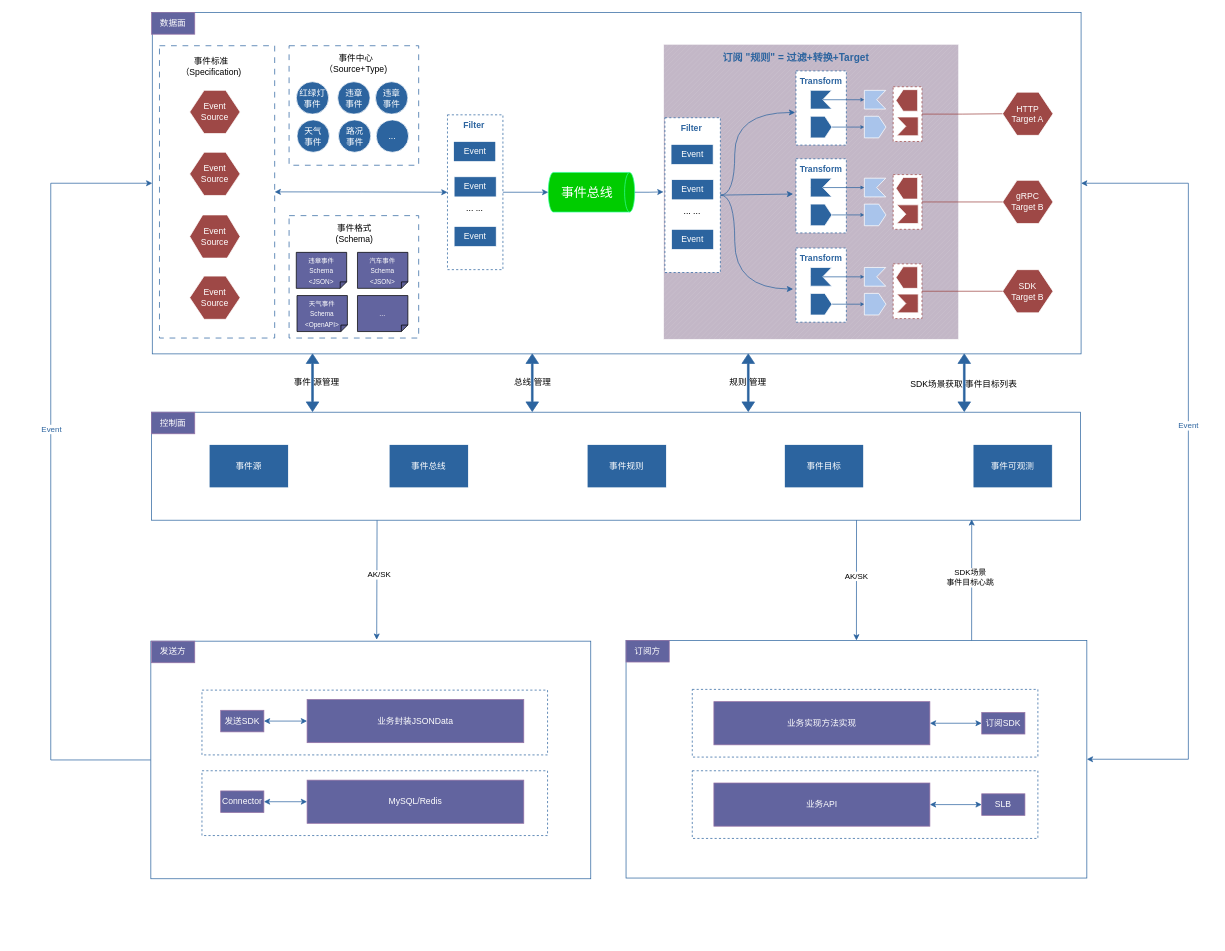
Above: 事件中心SDK.drawio in qiangyin/zipkin-server (draw.io), before the change. Source tidied: cells renumbered, new cells numbered last; positions are measured from the earlier drawing's top-left corner, leaving out a move shared by most shapes. Both pictures are drawn from the tidied source at 72%, with x=0, y=0 at pixel (50, 12).
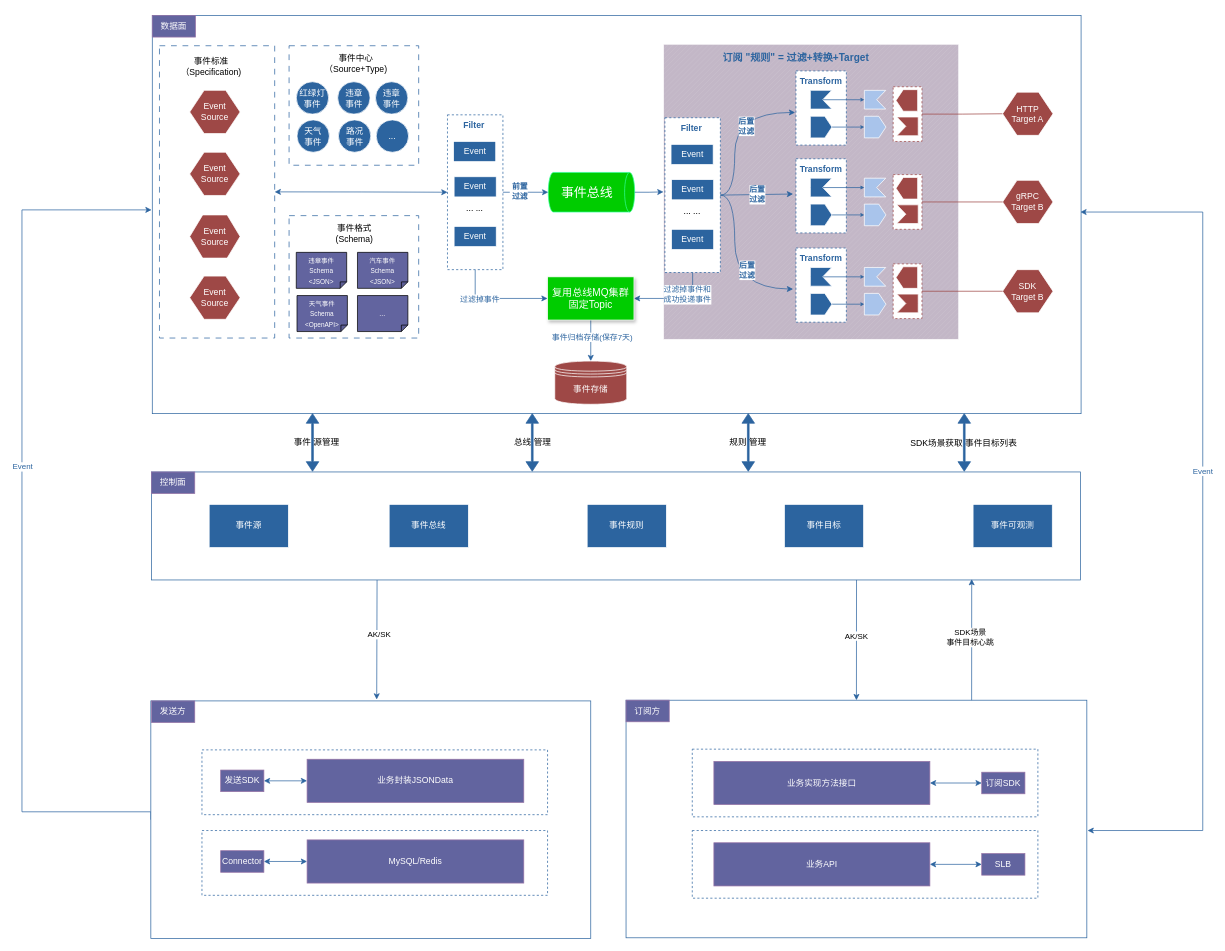
Above is the later version.

Commit message:
更新事件中心SDK.drawio

The change refers to these unchanged cells:
```xml
<mxCell id="29" style="rounded=0;whiteSpace=wrap;html=1;dashed=1;strokeColor=#2C649F;" parent="1" vertex="1">
  <mxGeometry x="551" y="142" width="77" height="215" as="geometry" />
</mxCell>
<mxCell id="36" style="edgeStyle=orthogonalEdgeStyle;rounded=0;jettySize=auto;html=1;exitX=1;exitY=0.5;exitDx=0;exitDy=0;entryX=0.5;entryY=1;entryDx=0;entryDy=0;entryPerimeter=0;strokeColor=#2C649F;" parent="1" edge="1" source="29" target="13">
  <mxGeometry relative="1" as="geometry" />
</mxCell>
<mxCell id="37" style="rounded=0;whiteSpace=wrap;html=1;dashed=1;strokeColor=#2C649F;" parent="1" vertex="1">
  <mxGeometry x="853" y="146" width="77" height="215" as="geometry" />
</mxCell>
<mxCell id="89" style="edgeStyle=orthogonalEdgeStyle;rounded=0;jettySize=auto;html=1;exitX=1;exitY=0.5;exitDx=0;exitDy=0;entryX=0.446;entryY=0.231;entryDx=0;entryDy=0;entryPerimeter=0;curved=1;strokeColor=#2C649F;" parent="1" edge="1" source="37" target="7">
  <mxGeometry relative="1" as="geometry">
    <Array as="points">
      <mxPoint x="950" y="253" />
      <mxPoint x="950" y="139" />
    </Array>
  </mxGeometry>
</mxCell>
<mxCell id="90" style="edgeStyle=orthogonalEdgeStyle;rounded=0;jettySize=auto;html=1;exitX=1;exitY=0.5;exitDx=0;exitDy=0;curved=1;strokeColor=#2C649F;" parent="1" edge="1" source="37">
  <mxGeometry relative="1" as="geometry">
    <mxPoint x="1031" y="384" as="targetPoint" />
    <Array as="points">
      <mxPoint x="950" y="253" />
      <mxPoint x="950" y="383" />
      <mxPoint x="1031" y="383" />
    </Array>
  </mxGeometry>
</mxCell>
```

The edit, as a diff of the source:
```diff
@@
     <mxCell id="2" style="rounded=0;whiteSpace=wrap;html=1;strokeColor=#2C649F;" parent="1" vertex="1">
-      <mxGeometry x="799" y="872" width="640" height="330" as="geometry" />
+      <mxGeometry x="799" y="955" width="640" height="330" as="geometry" />
     </mxCell>
     <mxCell id="3" style="rounded=0;whiteSpace=wrap;html=1;dashed=1;strokeColor=#2C649F;" parent="1" vertex="1">
-      <mxGeometry x="891" y="940" width="480" height="94" as="geometry" />
+      <mxGeometry x="891" y="1023" width="480" height="94" as="geometry" />
     </mxCell>
-    <mxCell id="4" style="edgeStyle=orthogonalEdgeStyle;rounded=0;jettySize=auto;html=1;exitX=1;exitY=0.5;exitDx=0;exitDy=0;entryX=1;entryY=0.5;entryDx=0;entryDy=0;strokeColor=#2C649F;startArrow=classic;startFill=1;" parent="1" edge="1" source="6" target="2">
+    <mxCell id="4" style="edgeStyle=orthogonalEdgeStyle;rounded=0;orthogonalLoop=1;jettySize=auto;html=1;strokeColor=#2C649F;startArrow=classic;startFill=1;exitX=0.999;exitY=0.47;exitDx=0;exitDy=0;exitPerimeter=0;" parent="1" edge="1">
       <mxGeometry relative="1" as="geometry">
+        <mxPoint x="1430" y="277" as="sourcePoint" />
+        <mxPoint x="1440" y="1136" as="targetPoint" />
         <Array as="points">
-          <mxPoint x="1580" y="237" />
-          <mxPoint x="1580" y="1037" />
+          <mxPoint x="1600" y="277" />
+          <mxPoint x="1600" y="1136" />
         </Array>
       </mxGeometry>
     </mxCell>
@@
     <mxCell id="6" style="rounded=0;whiteSpace=wrap;html=1;strokeColor=#2C649F;" parent="1" vertex="1">
-      <mxGeometry x="141" width="1290" height="474" as="geometry" />
+      <mxGeometry x="141" y="4" width="1290" height="553" as="geometry" />
     </mxCell>
@@
+    <mxCell id="130" style="edgeStyle=orthogonalEdgeStyle;rounded=0;jettySize=auto;html=1;exitX=0.5;exitY=1;exitDx=0;exitDy=0;entryX=0;entryY=0.5;entryDx=0;entryDy=0;strokeColor=#2C649F;" parent="1" edge="1" source="29" target="139">
+      <mxGeometry relative="1" as="geometry" />
+    </mxCell>
+    <mxCell id="131" value="&lt;font color=&quot;#2c649f&quot;&gt;过滤掉事件&lt;/font&gt;" style="edgeLabel;html=1;align=center;verticalAlign=middle;" parent="130" vertex="1">
+      <mxGeometry x="-0.44" y="6" relative="1" as="geometry">
+        <mxPoint y="1" as="offset" />
+      </mxGeometry>
+    </mxCell>
@@
+    <mxCell id="132" value="&lt;font color=&quot;#2c649f&quot;&gt;&lt;b&gt;&amp;nbsp;前置&lt;br&gt;&amp;nbsp;过滤&lt;/b&gt;&lt;/font&gt;" style="edgeLabel;html=1;align=center;verticalAlign=middle;" parent="36" vertex="1">
+      <mxGeometry x="-0.3" y="2" relative="1" as="geometry">
+        <mxPoint x="-1" as="offset" />
+      </mxGeometry>
+    </mxCell>
+    <mxCell id="133" style="edgeStyle=orthogonalEdgeStyle;rounded=0;jettySize=auto;html=1;exitX=0.5;exitY=1;exitDx=0;exitDy=0;entryX=1;entryY=0.5;entryDx=0;entryDy=0;strokeColor=#2C649F;" parent="1" edge="1" source="37" target="139">
+      <mxGeometry relative="1" as="geometry" />
+    </mxCell>
+    <mxCell id="134" value="&lt;font color=&quot;#2c649f&quot;&gt;过滤掉事件和&lt;br&gt;成功投递事件&lt;/font&gt;" style="edgeLabel;html=1;align=center;verticalAlign=middle;" parent="133" vertex="1">
+      <mxGeometry x="-0.2" y="-6" relative="1" as="geometry">
+        <mxPoint x="3" as="offset" />
+      </mxGeometry>
+    </mxCell>
@@
     <mxCell id="83" style="edgeStyle=none;rounded=0;orthogonalLoop=1;jettySize=auto;html=1;exitX=0.25;exitY=1;exitDx=0;exitDy=0;strokeColor=#2C649F;" parent="1" edge="1">
       <mxGeometry relative="1" as="geometry">
-        <mxPoint x="453.2" y="705" as="sourcePoint" />
-        <mxPoint x="452.7" y="871" as="targetPoint" />
+        <mxPoint x="453.2" y="788" as="sourcePoint" />
+        <mxPoint x="452.7" y="954" as="targetPoint" />
       </mxGeometry>
     </mxCell>
@@
     <mxCell id="87" style="rounded=0;whiteSpace=wrap;html=1;strokeColor=#2C649F;" parent="1" vertex="1">
-      <mxGeometry x="140" y="555" width="1290" height="150" as="geometry" />
+      <mxGeometry x="140" y="638" width="1290" height="150" as="geometry" />
     </mxCell>
@@
+    <mxCell id="135" value="&lt;font color=&quot;#2c649f&quot;&gt;&lt;b&gt;后置&lt;br&gt;过滤&lt;/b&gt;&lt;/font&gt;" style="edgeLabel;html=1;align=center;verticalAlign=middle;" parent="89" vertex="1">
+      <mxGeometry x="0.06" y="-15" relative="1" as="geometry" />
+    </mxCell>
@@
+    <mxCell id="136" value="&lt;font color=&quot;#2c649f&quot;&gt;&lt;b&gt;后置&lt;br&gt;过滤&lt;/b&gt;&lt;/font&gt;" style="edgeLabel;html=1;align=center;verticalAlign=middle;" parent="90" vertex="1">
+      <mxGeometry x="0.08" y="16" relative="1" as="geometry" />
+    </mxCell>
-    <mxCell id="91" style="edgeStyle=none;rounded=0;jettySize=auto;html=1;exitX=1;exitY=0.5;exitDx=0;exitDy=0;strokeColor=#2C649F;" parent="1" edge="1" source="37">
+    <mxCell id="91" value="&lt;font color=&quot;#2c649f&quot;&gt;&lt;b&gt;后置&lt;br&gt;过滤&lt;/b&gt;&lt;/font&gt;" style="edgeStyle=none;rounded=0;jettySize=auto;html=1;exitX=1;exitY=0.5;exitDx=0;exitDy=0;strokeColor=#2C649F;" parent="1" edge="1" source="37">
       <mxGeometry relative="1" as="geometry">
         <mxPoint x="1031" y="252" as="targetPoint" />
       </mxGeometry>
     </mxCell>
     <mxCell id="92" value="&lt;font color=&quot;#ffffff&quot;&gt;事件源&lt;/font&gt;" style="rounded=0;whiteSpace=wrap;html=1;fillColor=#2C649F;strokeColor=#FFFFFF;" parent="1" vertex="1">
-      <mxGeometry x="220" y="600" width="110" height="60" as="geometry" />
+      <mxGeometry x="220" y="683" width="110" height="60" as="geometry" />
     </mxCell>
     <mxCell id="93" value="&lt;font color=&quot;#ffffff&quot;&gt;事件总线&lt;/font&gt;" style="rounded=0;whiteSpace=wrap;html=1;fillColor=#2C649F;strokeColor=#FFFFFF;" parent="1" vertex="1">
-      <mxGeometry x="470" y="600" width="110" height="60" as="geometry" />
+      <mxGeometry x="470" y="683" width="110" height="60" as="geometry" />
     </mxCell>
     <mxCell id="94" value="&lt;font color=&quot;#ffffff&quot;&gt;事件规则&lt;/font&gt;" style="rounded=0;whiteSpace=wrap;html=1;fillColor=#2C649F;strokeColor=#FFFFFF;" parent="1" vertex="1">
-      <mxGeometry x="745" y="600" width="110" height="60" as="geometry" />
+      <mxGeometry x="745" y="683" width="110" height="60" as="geometry" />
     </mxCell>
     <mxCell id="95" value="&lt;font color=&quot;#ffffff&quot;&gt;事件目标&lt;/font&gt;" style="rounded=0;whiteSpace=wrap;html=1;fillColor=#2C649F;strokeColor=#FFFFFF;" parent="1" vertex="1">
-      <mxGeometry x="1019" y="600" width="110" height="60" as="geometry" />
+      <mxGeometry x="1019" y="683" width="110" height="60" as="geometry" />
     </mxCell>
     <mxCell id="96" style="edgeStyle=none;rounded=0;orthogonalLoop=1;jettySize=auto;html=1;exitX=1;exitY=0.5;exitDx=0;exitDy=0;" parent="1" edge="1">
       <mxGeometry relative="1" as="geometry">
-        <mxPoint x="1501" y="194" as="sourcePoint" />
-        <mxPoint x="1501" y="194" as="targetPoint" />
+        <mxPoint x="1501" y="270" as="sourcePoint" />
+        <mxPoint x="1501" y="270" as="targetPoint" />
       </mxGeometry>
     </mxCell>
     <mxCell id="97" value="&lt;font color=&quot;#ffffff&quot;&gt;控制面&lt;/font&gt;" style="text;html=1;align=center;verticalAlign=middle;whiteSpace=wrap;rounded=0;fillColor=#62649F;strokeColor=#9673a6;" parent="1" vertex="1">
-      <mxGeometry x="140" y="555" width="60" height="30" as="geometry" />
+      <mxGeometry x="140" y="638" width="60" height="30" as="geometry" />
     </mxCell>
     <mxCell id="98" value="&lt;font color=&quot;#ffffff&quot;&gt;事件可观测&lt;/font&gt;" style="rounded=0;whiteSpace=wrap;html=1;fillColor=#2C649F;strokeColor=#FFFFFF;" parent="1" vertex="1">
-      <mxGeometry x="1281" y="600" width="110" height="60" as="geometry" />
+      <mxGeometry x="1281" y="683" width="110" height="60" as="geometry" />
     </mxCell>
     <mxCell id="99" value="&lt;font color=&quot;#ffffff&quot;&gt;数据面&lt;/font&gt;" style="text;html=1;align=center;verticalAlign=middle;whiteSpace=wrap;rounded=0;fillColor=#62649F;strokeColor=#9673a6;" parent="1" vertex="1">
-      <mxGeometry x="140" width="60" height="30" as="geometry" />
+      <mxGeometry x="141" y="4" width="60" height="30" as="geometry" />
     </mxCell>
     <mxCell id="100" style="shape=doubleArrow;whiteSpace=wrap;html=1;direction=south;arrowWidth=0.13333333333333713;arrowSize=0.16666666666666713;strokeColor=#2C649F;fillColor=#2C649F;" parent="1" vertex="1">
-      <mxGeometry x="960" y="474" width="17.5" height="80" as="geometry" />
+      <mxGeometry x="960" y="557" width="17.5" height="80" as="geometry" />
     </mxCell>
     <mxCell id="101" style="shape=doubleArrow;whiteSpace=wrap;html=1;direction=south;arrowWidth=0.13333333333333713;arrowSize=0.16666666666666713;strokeColor=#2C649F;fillColor=#2C649F;" parent="1" vertex="1">
-      <mxGeometry x="660" y="474" width="17.5" height="80" as="geometry" />
+      <mxGeometry x="660" y="557" width="17.5" height="80" as="geometry" />
     </mxCell>
     <mxCell id="102" style="shape=doubleArrow;whiteSpace=wrap;html=1;direction=south;arrowWidth=0.13333333333333713;arrowSize=0.16666666666666713;strokeColor=#2C649F;fillColor=#2C649F;" parent="1" vertex="1">
-      <mxGeometry x="354.8" y="474" width="17.5" height="80" as="geometry" />
+      <mxGeometry x="354.8" y="557" width="17.5" height="80" as="geometry" />
     </mxCell>
-    <mxCell id="103" style="edgeStyle=orthogonalEdgeStyle;rounded=0;jettySize=auto;html=1;exitX=0;exitY=0.5;exitDx=0;exitDy=0;entryX=0;entryY=0.5;entryDx=0;entryDy=0;strokeColor=#2C649F;" parent="1" edge="1" source="105" target="6">
+    <mxCell id="103" style="edgeStyle=orthogonalEdgeStyle;rounded=0;jettySize=auto;html=1;exitX=0;exitY=0.5;exitDx=0;exitDy=0;strokeColor=#2C649F;" parent="1" edge="1" source="105">
       <mxGeometry relative="1" as="geometry">
+        <mxPoint x="140" y="274" as="targetPoint" />
         <Array as="points">
-          <mxPoint y="1038" />
-          <mxPoint y="237" />
+          <mxPoint x="139" y="1110" />
+          <mxPoint x="-40" y="1110" />
+          <mxPoint x="-40" y="274" />
         </Array>
       </mxGeometry>
     </mxCell>
@@
     <mxCell id="105" style="rounded=0;whiteSpace=wrap;html=1;strokeColor=#2C649F;" parent="1" vertex="1">
-      <mxGeometry x="139" y="873" width="611" height="330" as="geometry" />
+      <mxGeometry x="139" y="956" width="611" height="330" as="geometry" />
     </mxCell>
     <mxCell id="106" value="&lt;font color=&quot;#ffffff&quot;&gt;发送方&lt;/font&gt;" style="text;html=1;align=center;verticalAlign=middle;whiteSpace=wrap;rounded=0;fillColor=#62649F;strokeColor=#9673a6;" parent="1" vertex="1">
-      <mxGeometry x="140" y="873" width="60" height="30" as="geometry" />
+      <mxGeometry x="140" y="956" width="60" height="30" as="geometry" />
     </mxCell>
@@
     <mxCell id="108" value="&lt;font color=&quot;#ffffff&quot;&gt;订阅SDK&lt;/font&gt;" style="text;html=1;align=center;verticalAlign=middle;whiteSpace=wrap;rounded=0;fillColor=#62649F;strokeColor=#9673a6;" parent="1" vertex="1">
-      <mxGeometry x="1293" y="972" width="60" height="30" as="geometry" />
+      <mxGeometry x="1293" y="1055" width="60" height="30" as="geometry" />
     </mxCell>
     <mxCell id="109" value="&lt;font color=&quot;#ffffff&quot;&gt;订阅方&lt;/font&gt;" style="text;html=1;align=center;verticalAlign=middle;whiteSpace=wrap;rounded=0;fillColor=#62649F;strokeColor=#9673a6;" parent="1" vertex="1">
-      <mxGeometry x="799" y="872" width="60" height="30" as="geometry" />
+      <mxGeometry x="799" y="955" width="60" height="30" as="geometry" />
     </mxCell>
-    <mxCell id="110" value="&lt;font color=&quot;#ffffff&quot;&gt;业务实现方法实现&lt;/font&gt;" style="rounded=0;whiteSpace=wrap;html=1;fillColor=#62649F;strokeColor=#9673a6;gradientColor=none;" parent="1" vertex="1">
-      <mxGeometry x="921" y="957" width="300" height="60" as="geometry" />
+    <mxCell id="110" value="&lt;font color=&quot;#ffffff&quot;&gt;业务实现方法接口&lt;/font&gt;" style="rounded=0;whiteSpace=wrap;html=1;fillColor=#62649F;strokeColor=#9673a6;gradientColor=none;" parent="1" vertex="1">
+      <mxGeometry x="921" y="1040" width="300" height="60" as="geometry" />
     </mxCell>
     <mxCell id="111" style="rounded=0;whiteSpace=wrap;html=1;dashed=1;strokeColor=#2C649F;" parent="1" vertex="1">
-      <mxGeometry x="210" y="941" width="480" height="90" as="geometry" />
+      <mxGeometry x="210" y="1024" width="480" height="90" as="geometry" />
     </mxCell>
@@
     <mxCell id="113" value="&lt;font color=&quot;#ffffff&quot;&gt;发送SDK&lt;/font&gt;" style="text;html=1;align=center;verticalAlign=middle;whiteSpace=wrap;rounded=0;fillColor=#62649F;strokeColor=#9673a6;" parent="1" vertex="1">
-      <mxGeometry x="236" y="969" width="60" height="30" as="geometry" />
+      <mxGeometry x="236" y="1052" width="60" height="30" as="geometry" />
     </mxCell>
     <mxCell id="114" value="&lt;font color=&quot;#ffffff&quot;&gt;业务封装JSONData&lt;/font&gt;" style="rounded=0;whiteSpace=wrap;html=1;fillColor=#62649F;strokeColor=#9673a6;gradientColor=none;" parent="1" vertex="1">
-      <mxGeometry x="356" y="954" width="301" height="60" as="geometry" />
+      <mxGeometry x="356" y="1037" width="301" height="60" as="geometry" />
     </mxCell>
@@
     <mxCell id="117" style="shape=doubleArrow;whiteSpace=wrap;html=1;direction=south;arrowWidth=0.13333333333333713;arrowSize=0.16666666666666713;strokeColor=#2C649F;fillColor=#2C649F;" parent="1" vertex="1">
-      <mxGeometry x="1260" y="474" width="17.5" height="80" as="geometry" />
+      <mxGeometry x="1260" y="557" width="17.5" height="80" as="geometry" />
     </mxCell>
     <mxCell id="118" value="&amp;nbsp; SDK场景获取 事件目标列表" style="text;html=1;align=center;verticalAlign=middle;whiteSpace=wrap;rounded=0;" parent="1" vertex="1">
-      <mxGeometry x="1180" y="501" width="170" height="30" as="geometry" />
+      <mxGeometry x="1180" y="584" width="170" height="30" as="geometry" />
     </mxCell>
     <mxCell id="119" style="rounded=0;whiteSpace=wrap;html=1;dashed=1;strokeColor=#2C649F;" parent="1" vertex="1">
-      <mxGeometry x="210" y="1053" width="480" height="90" as="geometry" />
+      <mxGeometry x="210" y="1136" width="480" height="90" as="geometry" />
     </mxCell>
@@
     <mxCell id="121" value="&lt;font color=&quot;#ffffff&quot;&gt;Connector&lt;/font&gt;" style="text;html=1;align=center;verticalAlign=middle;whiteSpace=wrap;rounded=0;fillColor=#62649F;strokeColor=#9673a6;" parent="1" vertex="1">
-      <mxGeometry x="236" y="1081" width="60" height="30" as="geometry" />
+      <mxGeometry x="236" y="1164" width="60" height="30" as="geometry" />
     </mxCell>
     <mxCell id="122" value="&lt;font color=&quot;#ffffff&quot;&gt;MySQL/Redis&lt;/font&gt;" style="rounded=0;whiteSpace=wrap;html=1;fillColor=#62649F;strokeColor=#9673a6;gradientColor=none;" parent="1" vertex="1">
-      <mxGeometry x="356" y="1066" width="301" height="60" as="geometry" />
+      <mxGeometry x="356" y="1149" width="301" height="60" as="geometry" />
     </mxCell>
     <mxCell id="123" style="rounded=0;whiteSpace=wrap;html=1;dashed=1;strokeColor=#2C649F;" parent="1" vertex="1">
-      <mxGeometry x="891" y="1053" width="480" height="94" as="geometry" />
+      <mxGeometry x="891" y="1136" width="480" height="94" as="geometry" />
     </mxCell>
@@
     <mxCell id="125" value="&lt;font color=&quot;#ffffff&quot;&gt;SLB&lt;/font&gt;" style="text;html=1;align=center;verticalAlign=middle;whiteSpace=wrap;rounded=0;fillColor=#62649F;strokeColor=#9673a6;" parent="1" vertex="1">
-      <mxGeometry x="1293" y="1085" width="60" height="30" as="geometry" />
+      <mxGeometry x="1293" y="1168" width="60" height="30" as="geometry" />
     </mxCell>
     <mxCell id="126" value="&lt;font color=&quot;#ffffff&quot;&gt;业务API&lt;/font&gt;" style="rounded=0;whiteSpace=wrap;html=1;fillColor=#62649F;strokeColor=#9673a6;gradientColor=none;" parent="1" vertex="1">
-      <mxGeometry x="921" y="1070" width="300" height="60" as="geometry" />
+      <mxGeometry x="921" y="1153" width="300" height="60" as="geometry" />
     </mxCell>
     <mxCell id="127" value="规则 管理" style="text;html=1;align=center;verticalAlign=middle;whiteSpace=wrap;rounded=0;" parent="1" vertex="1">
-      <mxGeometry x="917.8" y="499" width="101.2" height="30" as="geometry" />
+      <mxGeometry x="917.8" y="582" width="101.2" height="30" as="geometry" />
     </mxCell>
     <mxCell id="128" value="总线 管理" style="text;html=1;align=center;verticalAlign=middle;whiteSpace=wrap;rounded=0;" parent="1" vertex="1">
-      <mxGeometry x="619" y="499" width="101.2" height="30" as="geometry" />
+      <mxGeometry x="619" y="582" width="101.2" height="30" as="geometry" />
     </mxCell>
     <mxCell id="129" value="&amp;nbsp; &amp;nbsp;事件 源管理" style="text;html=1;align=center;verticalAlign=middle;whiteSpace=wrap;rounded=0;" parent="1" vertex="1">
-      <mxGeometry x="313.9" y="499" width="101.2" height="30" as="geometry" />
+      <mxGeometry x="313.9" y="582" width="101.2" height="30" as="geometry" />
     </mxCell>
+    <mxCell id="137" style="edgeStyle=orthogonalEdgeStyle;rounded=0;jettySize=auto;html=1;exitX=0.5;exitY=1;exitDx=0;exitDy=0;entryX=0.5;entryY=0;entryDx=0;entryDy=0;strokeColor=#2C649F;" parent="1" edge="1" source="139" target="140">
+      <mxGeometry relative="1" as="geometry" />
+    </mxCell>
+    <mxCell id="138" value="&lt;font color=&quot;#2c649f&quot;&gt;事件归档存储(保存7天)&lt;/font&gt;" style="edgeLabel;html=1;align=center;verticalAlign=middle;" parent="137" vertex="1">
+      <mxGeometry x="-0.2" y="1" relative="1" as="geometry" />
+    </mxCell>
+    <mxCell id="139" value="&lt;font style=&quot;font-size: 14px;&quot; color=&quot;#ffffff&quot;&gt;复用总线MQ集群&lt;br&gt;固定Topic&lt;/font&gt;" style="rounded=0;whiteSpace=wrap;html=1;fillColor=#00CC00;strokeColor=#FFFFFF;shadow=1;" parent="1" vertex="1">
+      <mxGeometry x="690" y="367" width="120" height="60" as="geometry" />
+    </mxCell>
+    <mxCell id="140" value="&lt;font color=&quot;#ffffff&quot;&gt;事件存储&lt;/font&gt;" style="shape=datastore;whiteSpace=wrap;html=1;fillColor=#9E4846;strokeColor=#FFFFFF;" parent="1" vertex="1">
+      <mxGeometry x="700" y="484" width="100" height="60" as="geometry" />
+    </mxCell>
```
